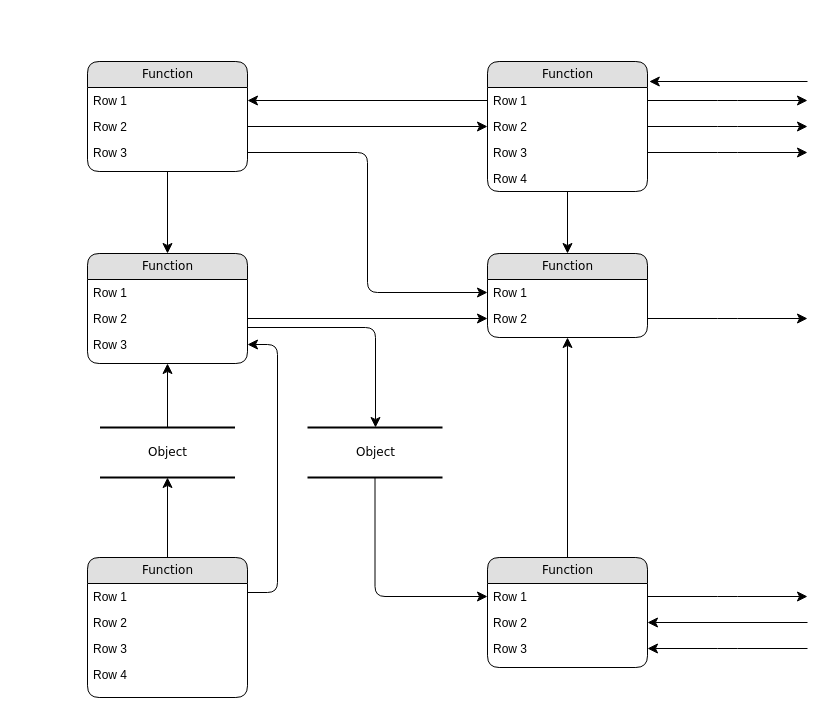
Above: data flow.drawio in WilsonCruzz/system-design (draw.io), before the change. Source tidied: cells renumbered, new cells numbered last; positions are measured from the earlier drawing's top-left corner, leaving out a move shared by most shapes. Both pictures are drawn from the tidied source at 100%, with x=0, y=0 at pixel (87, 61).
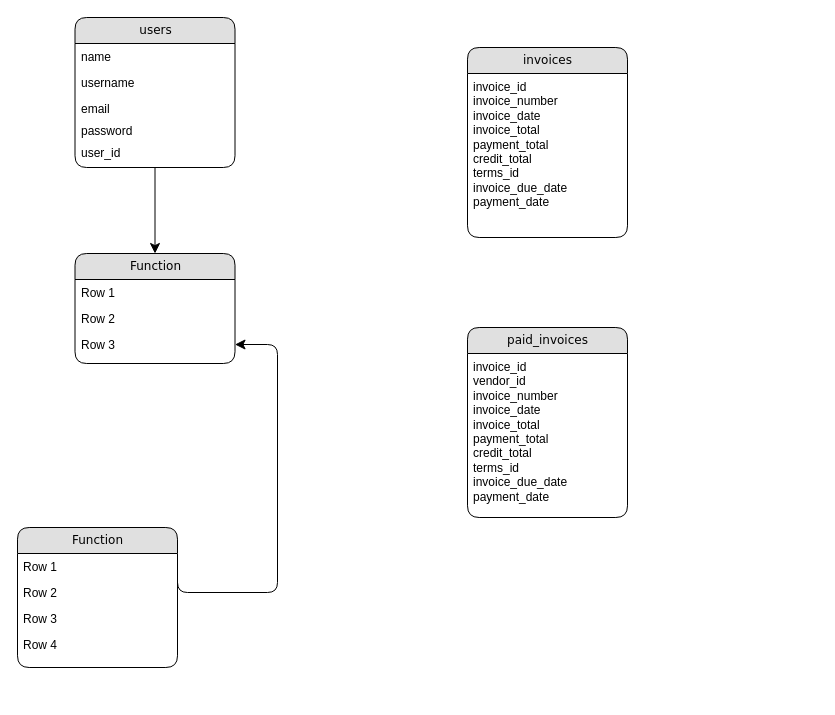
The same page after the edit.

The change refers to these unchanged cells:
```xml
<mxCell id="14" value="Row 2" style="text;html=1;strokeColor=none;fillColor=none;spacingLeft=4;spacingRight=4;whiteSpace=wrap;overflow=hidden;points=[[0,0.5],[1,0.5]];portConstraint=eastwest;" parent="12" vertex="1">
  <mxGeometry y="52" width="160" height="26" as="geometry" />
</mxCell>
```

Change to the diagram source:
```diff
@@
-    <mxCell id="2" value="Object" style="html=1;rounded=0;shadow=0;comic=0;labelBackgroundColor=none;strokeWidth=2;fontFamily=Verdana;fontSize=12;align=center;shape=mxgraph.ios7ui.horLines;" parent="1" vertex="1">
-      <mxGeometry x="12.5" y="366" width="135" height="50" as="geometry" />
-    </mxCell>
-    <mxCell id="3" value="Function" style="swimlane;html=1;fontStyle=0;horizontal=1;startSize=26;fillColor=#e0e0e0;swimlaneFillColor=#ffffff;align=center;rounded=1;shadow=0;comic=0;labelBackgroundColor=none;strokeWidth=1;fontFamily=Verdana;fontSize=12;" parent="1" vertex="1">
-      <mxGeometry width="160" height="110" as="geometry" />
+    <mxCell id="3" value="&lt;div style=&quot;forced-color-adjust: none;&quot;&gt;users&lt;/div&gt;" style="swimlane;html=1;fontStyle=0;horizontal=1;startSize=26;fillColor=#e0e0e0;swimlaneFillColor=#ffffff;align=center;rounded=1;shadow=0;comic=0;labelBackgroundColor=none;strokeWidth=1;fontFamily=Verdana;fontSize=12;" parent="1" vertex="1">
+      <mxGeometry x="-12.5" y="-44" width="160" height="150" as="geometry" />
     </mxCell>
-    <mxCell id="4" value="Row 1" style="text;html=1;strokeColor=none;fillColor=none;spacingLeft=4;spacingRight=4;whiteSpace=wrap;overflow=hidden;points=[[0,0.5],[1,0.5]];portConstraint=eastwest;" parent="3" vertex="1">
+    <mxCell id="4" value="name" style="text;html=1;strokeColor=none;fillColor=none;spacingLeft=4;spacingRight=4;whiteSpace=wrap;overflow=hidden;points=[[0,0.5],[1,0.5]];portConstraint=eastwest;" parent="3" vertex="1">
       <mxGeometry y="26" width="160" height="26" as="geometry" />
     </mxCell>
-    <mxCell id="5" value="Row 2" style="text;html=1;strokeColor=none;fillColor=none;spacingLeft=4;spacingRight=4;whiteSpace=wrap;overflow=hidden;points=[[0,0.5],[1,0.5]];portConstraint=eastwest;" parent="3" vertex="1">
+    <mxCell id="5" value="username" style="text;html=1;strokeColor=none;fillColor=none;spacingLeft=4;spacingRight=4;whiteSpace=wrap;overflow=hidden;points=[[0,0.5],[1,0.5]];portConstraint=eastwest;" parent="3" vertex="1">
       <mxGeometry y="52" width="160" height="26" as="geometry" />
     </mxCell>
-    <mxCell id="6" value="Row 3" style="text;html=1;strokeColor=none;fillColor=none;spacingLeft=4;spacingRight=4;whiteSpace=wrap;overflow=hidden;points=[[0,0.5],[1,0.5]];portConstraint=eastwest;" parent="3" vertex="1">
-      <mxGeometry y="78" width="160" height="26" as="geometry" />
+    <mxCell id="6" value="&lt;div&gt;email&lt;div&gt;&lt;br&gt;&lt;/div&gt;&lt;/div&gt;" style="text;html=1;strokeColor=none;fillColor=none;spacingLeft=4;spacingRight=4;whiteSpace=wrap;overflow=hidden;points=[[0,0.5],[1,0.5]];portConstraint=eastwest;" parent="3" vertex="1">
+      <mxGeometry y="78" width="160" height="22" as="geometry" />
     </mxCell>
+    <mxCell id="49" value="&lt;div&gt;&lt;div&gt;password&lt;/div&gt;&lt;/div&gt;" style="text;html=1;strokeColor=none;fillColor=none;spacingLeft=4;spacingRight=4;whiteSpace=wrap;overflow=hidden;" parent="3" vertex="1">
+      <mxGeometry y="100" width="160" height="22" as="geometry" />
+    </mxCell>
+    <mxCell id="50" value="&lt;div&gt;&lt;div&gt;user_id&lt;/div&gt;&lt;/div&gt;" style="text;html=1;strokeColor=none;fillColor=none;spacingLeft=4;spacingRight=4;whiteSpace=wrap;overflow=hidden;" parent="3" vertex="1">
+      <mxGeometry y="122" width="160" height="22" as="geometry" />
+    </mxCell>
-    <mxCell id="7" value="Function" style="swimlane;html=1;fontStyle=0;horizontal=1;startSize=26;fillColor=#e0e0e0;swimlaneFillColor=#ffffff;align=center;rounded=1;shadow=0;comic=0;labelBackgroundColor=none;strokeWidth=1;fontFamily=Verdana;fontSize=12;" parent="1" vertex="1">
-      <mxGeometry x="400" width="160" height="130" as="geometry" />
+    <mxCell id="7" value="invoices" style="swimlane;html=1;fontStyle=0;horizontal=1;startSize=26;fillColor=#e0e0e0;swimlaneFillColor=#ffffff;align=center;rounded=1;shadow=0;comic=0;labelBackgroundColor=none;strokeWidth=1;fontFamily=Verdana;fontSize=12;" parent="1" vertex="1">
+      <mxGeometry x="380" y="-14" width="160" height="190" as="geometry" />
     </mxCell>
-    <mxCell id="8" value="Row 1" style="text;html=1;strokeColor=none;fillColor=none;spacingLeft=4;spacingRight=4;whiteSpace=wrap;overflow=hidden;points=[[0,0.5],[1,0.5]];portConstraint=eastwest;" parent="7" vertex="1">
-      <mxGeometry y="26" width="160" height="26" as="geometry" />
+    <mxCell id="8" value="invoice_id&lt;div&gt;invoice_number&lt;/div&gt;&lt;div&gt;invoice_date&lt;br&gt;invoice_total&lt;br&gt;payment_total&lt;/div&gt;&lt;div&gt;&lt;div&gt;credit_total&lt;/div&gt;&lt;div&gt;terms_id&lt;/div&gt;&lt;div&gt;invoice_due_date&lt;/div&gt;&lt;div&gt;payment_date&lt;/div&gt;&lt;/div&gt;" style="text;html=1;strokeColor=none;fillColor=none;spacingLeft=4;spacingRight=4;whiteSpace=wrap;overflow=hidden;points=[[0,0.5],[1,0.5]];portConstraint=eastwest;" parent="7" vertex="1">
+      <mxGeometry y="26" width="160" height="164" as="geometry" />
     </mxCell>
-    <mxCell id="9" value="Row 2" style="text;html=1;strokeColor=none;fillColor=none;spacingLeft=4;spacingRight=4;whiteSpace=wrap;overflow=hidden;points=[[0,0.5],[1,0.5]];portConstraint=eastwest;" parent="7" vertex="1">
-      <mxGeometry y="52" width="160" height="26" as="geometry" />
-    </mxCell>
-    <mxCell id="10" value="Row 3" style="text;html=1;strokeColor=none;fillColor=none;spacingLeft=4;spacingRight=4;whiteSpace=wrap;overflow=hidden;points=[[0,0.5],[1,0.5]];portConstraint=eastwest;" parent="7" vertex="1">
-      <mxGeometry y="78" width="160" height="26" as="geometry" />
-    </mxCell>
-    <mxCell id="11" value="Row 4" style="text;html=1;strokeColor=none;fillColor=none;spacingLeft=4;spacingRight=4;whiteSpace=wrap;overflow=hidden;" parent="7" vertex="1">
-      <mxGeometry y="104" width="160" height="26" as="geometry" />
-    </mxCell>
     <mxCell id="12" value="Function" style="swimlane;html=1;fontStyle=0;horizontal=1;startSize=26;fillColor=#e0e0e0;swimlaneFillColor=#ffffff;align=center;rounded=1;shadow=0;comic=0;labelBackgroundColor=none;strokeWidth=1;fontFamily=Verdana;fontSize=12;" parent="1" vertex="1">
-      <mxGeometry y="192" width="160" height="110" as="geometry" />
+      <mxGeometry x="-12.5" y="192" width="160" height="110" as="geometry" />
     </mxCell>
@@
     <mxCell id="16" value="Function" style="swimlane;html=1;fontStyle=0;horizontal=1;startSize=26;fillColor=#e0e0e0;swimlaneFillColor=#ffffff;align=center;rounded=1;shadow=0;comic=0;labelBackgroundColor=none;strokeWidth=1;fontFamily=Verdana;fontSize=12;" parent="1" vertex="1">
-      <mxGeometry y="496" width="160" height="140" as="geometry" />
+      <mxGeometry x="-70" y="466" width="160" height="140" as="geometry" />
     </mxCell>
@@
-    <mxCell id="21" value="Function" style="swimlane;html=1;fontStyle=0;horizontal=1;startSize=26;fillColor=#e0e0e0;swimlaneFillColor=#ffffff;align=center;rounded=1;shadow=0;comic=0;labelBackgroundColor=none;strokeWidth=1;fontFamily=Verdana;fontSize=12;" parent="1" vertex="1">
-      <mxGeometry x="400" y="192" width="160" height="84" as="geometry" />
-    </mxCell>
-    <mxCell id="22" value="Row 1" style="text;html=1;strokeColor=none;fillColor=none;spacingLeft=4;spacingRight=4;whiteSpace=wrap;overflow=hidden;points=[[0,0.5],[1,0.5]];portConstraint=eastwest;" parent="21" vertex="1">
-      <mxGeometry y="26" width="160" height="26" as="geometry" />
-    </mxCell>
-    <mxCell id="23" value="Row 2" style="text;html=1;strokeColor=none;fillColor=none;spacingLeft=4;spacingRight=4;whiteSpace=wrap;overflow=hidden;points=[[0,0.5],[1,0.5]];portConstraint=eastwest;" parent="21" vertex="1">
-      <mxGeometry y="52" width="160" height="26" as="geometry" />
-    </mxCell>
-    <mxCell id="24" value="Function" style="swimlane;html=1;fontStyle=0;horizontal=1;startSize=26;fillColor=#e0e0e0;swimlaneFillColor=#ffffff;align=center;rounded=1;shadow=0;comic=0;labelBackgroundColor=none;strokeWidth=1;fontFamily=Verdana;fontSize=12;" parent="1" vertex="1">
-      <mxGeometry x="400" y="496" width="160" height="110" as="geometry" />
-    </mxCell>
-    <mxCell id="25" value="Row 1" style="text;html=1;strokeColor=none;fillColor=none;spacingLeft=4;spacingRight=4;whiteSpace=wrap;overflow=hidden;points=[[0,0.5],[1,0.5]];portConstraint=eastwest;" parent="24" vertex="1">
-      <mxGeometry y="26" width="160" height="26" as="geometry" />
-    </mxCell>
-    <mxCell id="26" value="Row 2" style="text;html=1;strokeColor=none;fillColor=none;spacingLeft=4;spacingRight=4;whiteSpace=wrap;overflow=hidden;points=[[0,0.5],[1,0.5]];portConstraint=eastwest;" parent="24" vertex="1">
-      <mxGeometry y="52" width="160" height="26" as="geometry" />
-    </mxCell>
-    <mxCell id="27" value="Row 3" style="text;html=1;strokeColor=none;fillColor=none;spacingLeft=4;spacingRight=4;whiteSpace=wrap;overflow=hidden;points=[[0,0.5],[1,0.5]];portConstraint=eastwest;" parent="24" vertex="1">
-      <mxGeometry y="78" width="160" height="26" as="geometry" />
-    </mxCell>
-    <mxCell id="28" value="Object" style="html=1;rounded=0;shadow=0;comic=0;labelBackgroundColor=none;strokeWidth=2;fontFamily=Verdana;fontSize=12;align=center;shape=mxgraph.ios7ui.horLines;" parent="1" vertex="1">
-      <mxGeometry x="220" y="366" width="135" height="50" as="geometry" />
-    </mxCell>
-    <mxCell id="29" style="edgeStyle=none;html=1;labelBackgroundColor=none;startFill=0;startSize=8;endFill=1;endSize=8;fontFamily=Verdana;fontSize=12;" parent="1" edge="1" source="16" target="2">
-      <mxGeometry relative="1" as="geometry" />
-    </mxCell>
-    <mxCell id="30" style="edgeStyle=none;html=1;labelBackgroundColor=none;startFill=0;startSize=8;endFill=1;endSize=8;fontFamily=Verdana;fontSize=12;" parent="1" edge="1" source="2" target="12">
-      <mxGeometry relative="1" as="geometry" />
-    </mxCell>
@@
-    <mxCell id="32" style="edgeStyle=orthogonalEdgeStyle;html=1;labelBackgroundColor=none;startFill=0;startSize=8;endFill=1;endSize=8;fontFamily=Verdana;fontSize=12;" parent="1" edge="1" source="28" target="25">
-      <mxGeometry x="-0.13" y="32" relative="1" as="geometry" />
-    </mxCell>
-    <mxCell id="33" style="edgeStyle=orthogonalEdgeStyle;html=1;labelBackgroundColor=none;startFill=0;startSize=8;endFill=1;endSize=8;fontFamily=Verdana;fontSize=12;" parent="1" edge="1" source="12" target="28">
-      <mxGeometry relative="1" as="geometry">
-        <Array as="points">
-          <mxPoint x="288" y="266" />
-        </Array>
-      </mxGeometry>
-    </mxCell>
@@
-    <mxCell id="35" style="edgeStyle=orthogonalEdgeStyle;html=1;labelBackgroundColor=none;startFill=0;startSize=8;endFill=1;endSize=8;fontFamily=Verdana;fontSize=12;" parent="1" edge="1" source="24" target="21">
-      <mxGeometry relative="1" as="geometry" />
-    </mxCell>
-    <mxCell id="36" style="edgeStyle=orthogonalEdgeStyle;html=1;labelBackgroundColor=none;startFill=0;startSize=8;endFill=1;endSize=8;fontFamily=Verdana;fontSize=12;" parent="1" edge="1" source="7" target="21">
-      <mxGeometry relative="1" as="geometry" />
-    </mxCell>
-    <mxCell id="37" style="edgeStyle=orthogonalEdgeStyle;html=1;entryX=0;entryY=0.5;labelBackgroundColor=none;startFill=0;startSize=8;endFill=1;endSize=8;fontFamily=Verdana;fontSize=12;exitX=1;exitY=0.5;" parent="1" edge="1" source="5" target="9">
-      <mxGeometry relative="1" as="geometry" />
-    </mxCell>
-    <mxCell id="38" style="edgeStyle=orthogonalEdgeStyle;html=1;exitX=0;exitY=0.5;entryX=1;entryY=0.5;labelBackgroundColor=none;startFill=0;startSize=8;endFill=1;endSize=8;fontFamily=Verdana;fontSize=12;" parent="1" edge="1" source="8" target="4">
-      <mxGeometry relative="1" as="geometry" />
-    </mxCell>
-    <mxCell id="39" style="edgeStyle=orthogonalEdgeStyle;html=1;exitX=1;exitY=0.5;entryX=0;entryY=0.5;labelBackgroundColor=none;startFill=0;startSize=8;endFill=1;endSize=8;fontFamily=Verdana;fontSize=12;" parent="1" edge="1" source="6" target="22">
-      <mxGeometry relative="1" as="geometry" />
-    </mxCell>
-    <mxCell id="40" style="edgeStyle=orthogonalEdgeStyle;html=1;exitX=1;exitY=0.5;entryX=0;entryY=0.5;labelBackgroundColor=none;startFill=0;startSize=8;endFill=1;endSize=8;fontFamily=Verdana;fontSize=12;" parent="1" edge="1" source="14" target="23">
-      <mxGeometry relative="1" as="geometry" />
-    </mxCell>
-    <mxCell id="41" style="edgeStyle=orthogonalEdgeStyle;html=1;labelBackgroundColor=none;startFill=0;startSize=8;endFill=1;endSize=8;fontFamily=Verdana;fontSize=12;" parent="1" edge="1" source="23">
-      <mxGeometry relative="1" as="geometry">
-        <mxPoint x="720" y="257" as="targetPoint" />
-      </mxGeometry>
-    </mxCell>
-    <mxCell id="42" style="edgeStyle=orthogonalEdgeStyle;html=1;exitX=1;exitY=0.5;labelBackgroundColor=none;startFill=0;startSize=8;endFill=1;endSize=8;fontFamily=Verdana;fontSize=12;" parent="1" edge="1" source="25">
-      <mxGeometry relative="1" as="geometry">
-        <mxPoint x="720" y="535" as="targetPoint" />
-      </mxGeometry>
-    </mxCell>
-    <mxCell id="43" style="edgeStyle=orthogonalEdgeStyle;html=1;labelBackgroundColor=none;startFill=0;startSize=8;endFill=1;endSize=8;fontFamily=Verdana;fontSize=12;entryX=1;entryY=0.5;" parent="1" edge="1" target="26">
-      <mxGeometry relative="1" as="geometry">
-        <mxPoint x="720" y="561" as="sourcePoint" />
-        <Array as="points">
-          <mxPoint x="720" y="561" />
-        </Array>
-      </mxGeometry>
-    </mxCell>
-    <mxCell id="44" style="edgeStyle=orthogonalEdgeStyle;html=1;labelBackgroundColor=none;startFill=0;startSize=8;endFill=1;endSize=8;fontFamily=Verdana;fontSize=12;entryX=1;entryY=0.5;" parent="1" edge="1" target="27">
-      <mxGeometry relative="1" as="geometry">
-        <mxPoint x="720" y="587" as="sourcePoint" />
-        <Array as="points">
-          <mxPoint x="640" y="587" />
-          <mxPoint x="640" y="587" />
-        </Array>
-      </mxGeometry>
-    </mxCell>
-    <mxCell id="45" style="edgeStyle=orthogonalEdgeStyle;html=1;exitX=1;exitY=0.5;labelBackgroundColor=none;startFill=0;startSize=8;endFill=1;endSize=8;fontFamily=Verdana;fontSize=12;" parent="1" edge="1" source="8">
-      <mxGeometry relative="1" as="geometry">
-        <mxPoint x="720" y="39" as="targetPoint" />
-      </mxGeometry>
-    </mxCell>
-    <mxCell id="46" style="edgeStyle=orthogonalEdgeStyle;html=1;exitX=1;exitY=0.5;labelBackgroundColor=none;startFill=0;startSize=8;endFill=1;endSize=8;fontFamily=Verdana;fontSize=12;" parent="1" edge="1" source="9">
-      <mxGeometry relative="1" as="geometry">
-        <mxPoint x="720" y="65" as="targetPoint" />
-      </mxGeometry>
-    </mxCell>
-    <mxCell id="47" style="edgeStyle=orthogonalEdgeStyle;html=1;exitX=1;exitY=0.5;labelBackgroundColor=none;startFill=0;startSize=8;endFill=1;endSize=8;fontFamily=Verdana;fontSize=12;" parent="1" edge="1" source="10">
-      <mxGeometry relative="1" as="geometry">
-        <mxPoint x="720" y="91" as="targetPoint" />
-      </mxGeometry>
-    </mxCell>
-    <mxCell id="48" style="edgeStyle=elbowEdgeStyle;html=1;labelBackgroundColor=none;startFill=0;startSize=8;endFill=1;endSize=8;fontFamily=Verdana;fontSize=12;elbow=vertical;entryX=1.011;entryY=0.152;entryPerimeter=0;" parent="1" edge="1" target="7">
-      <mxGeometry relative="1" as="geometry">
-        <mxPoint x="720" y="20" as="sourcePoint" />
-        <Array as="points">
-          <mxPoint x="650" y="20" />
-        </Array>
-      </mxGeometry>
-    </mxCell>
+    <mxCell id="51" value="paid_invoices" style="swimlane;html=1;fontStyle=0;horizontal=1;startSize=26;fillColor=#e0e0e0;swimlaneFillColor=#ffffff;align=center;rounded=1;shadow=0;comic=0;labelBackgroundColor=none;strokeWidth=1;fontFamily=Verdana;fontSize=12;" parent="1" vertex="1">
+      <mxGeometry x="380" y="266" width="160" height="190" as="geometry" />
+    </mxCell>
+    <mxCell id="52" value="invoice_id&lt;div&gt;vendor_id&lt;br&gt;&lt;div&gt;invoice_number&lt;/div&gt;&lt;div&gt;invoice_date&lt;br&gt;invoice_total&lt;br&gt;payment_total&lt;/div&gt;&lt;div&gt;credit_total&lt;/div&gt;&lt;div&gt;terms_id&lt;/div&gt;&lt;div&gt;invoice_due_date&lt;/div&gt;&lt;div&gt;payment_date&lt;/div&gt;&lt;/div&gt;" style="text;html=1;strokeColor=none;fillColor=none;spacingLeft=4;spacingRight=4;whiteSpace=wrap;overflow=hidden;" parent="51" vertex="1">
+      <mxGeometry y="26" width="160" height="164" as="geometry" />
+    </mxCell>
```
